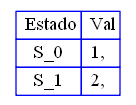
Before: tabla1.png, a diagram exported from Graphviz (sergio201801442/OLC1_Practica1_201801442). Its source is kept beside it as tabla1.dot.
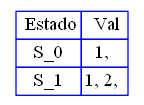
Later version of the same file.

Change to the diagram source:
```diff
@@ -4,7 +4,7 @@
 label=<
 <table border='0' cellborder='1' color='blue' cellspacing='0'>
 <tr><td> Estado</td><td> Val</td></tr><tr><td>S_0</td><td>1, </td></tr>
-<tr><td>S_1</td><td>2, </td></tr>
+<tr><td>S_1</td><td>1, 2, </td></tr>
 </table>
 >];
 }
```
